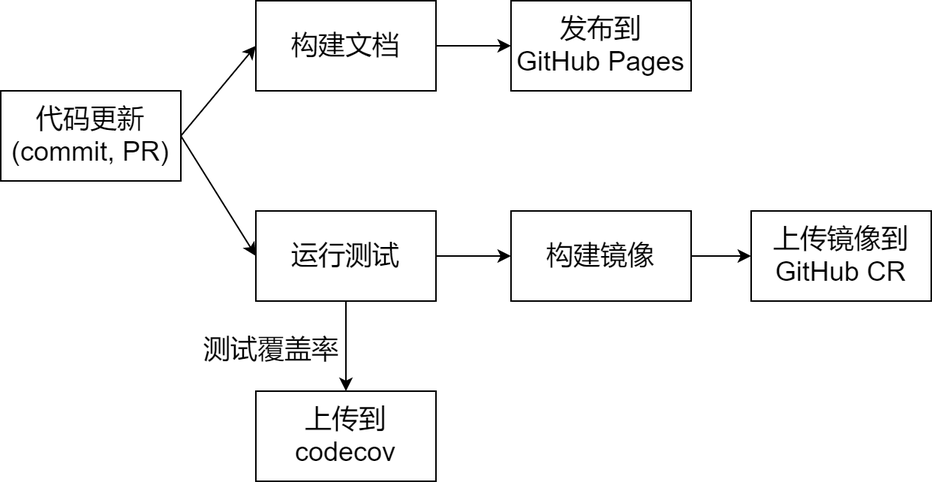
Before: docs/diagrams/ci.png, a diagram exported from draw.io (PKUHPC/OpenSCOW). Source tidied: cells renumbered, new cells last; positions are measured from the earlier drawing's top-left corner, leaving out a move shared by most shapes.
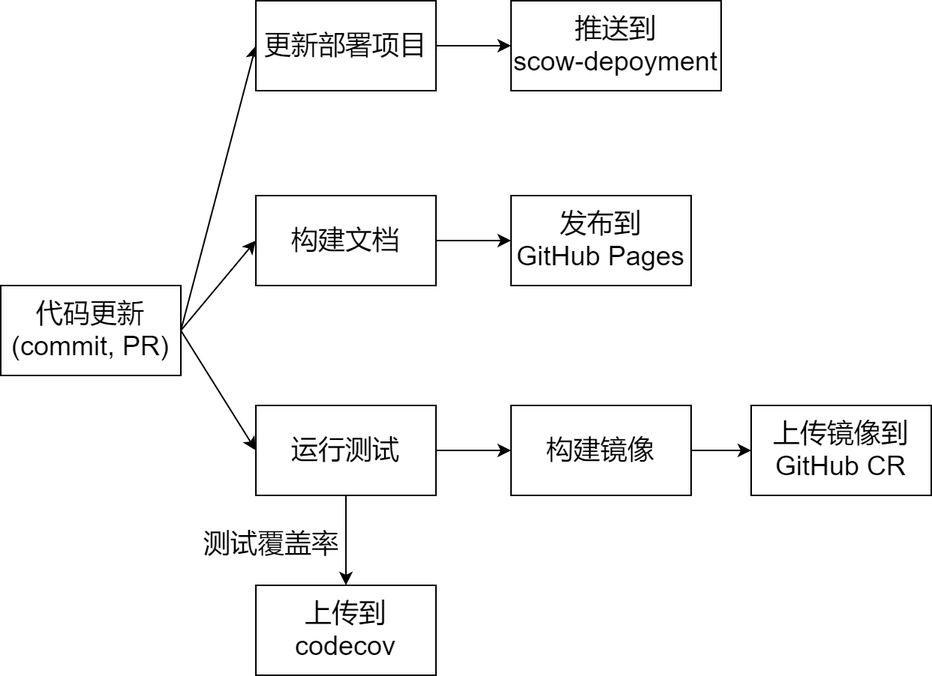
After the change.

Diff of the diagram source:
```diff
@@ -8,6 +8,9 @@
     <mxCell id="3" style="edgeStyle=none;exitX=1;exitY=0.5;exitDx=0;exitDy=0;entryX=0;entryY=0.5;entryDx=0;entryDy=0;fontSize=18;labelBackgroundColor=none;" parent="1" edge="1" source="4" target="10">
       <mxGeometry relative="1" as="geometry" />
     </mxCell>
+    <mxCell id="16" style="edgeStyle=none;html=1;entryX=0;entryY=0.5;entryDx=0;entryDy=0;exitX=1;exitY=0.5;exitDx=0;exitDy=0;" parent="1" edge="1" source="4" target="18">
+      <mxGeometry relative="1" as="geometry" />
+    </mxCell>
     <mxCell id="4" value="代码更新&#10;(commit, PR)" style="rounded=0;whiteSpace=wrap;fontSize=18;labelBackgroundColor=none;" parent="1" vertex="1">
       <mxGeometry y="60" width="120" height="60" as="geometry" />
     </mxCell>
@@ -46,5 +49,14 @@
     <mxCell id="15" value="上传镜像到GitHub CR" style="rounded=0;whiteSpace=wrap;fontSize=18;labelBackgroundColor=none;" parent="1" vertex="1">
       <mxGeometry x="500" y="140" width="120" height="60" as="geometry" />
     </mxCell>
+    <mxCell id="17" style="edgeStyle=none;html=1;exitX=1;exitY=0.5;exitDx=0;exitDy=0;entryX=0;entryY=0.5;entryDx=0;entryDy=0;" parent="1" edge="1" source="18" target="19">
+      <mxGeometry relative="1" as="geometry" />
+    </mxCell>
+    <mxCell id="18" value="更新部署项目" style="rounded=0;whiteSpace=wrap;fontSize=18;labelBackgroundColor=none;" parent="1" vertex="1">
+      <mxGeometry x="170" y="-130" width="120" height="60" as="geometry" />
+    </mxCell>
+    <mxCell id="19" value="推送到&#10;scow-depoyment" style="rounded=0;whiteSpace=wrap;fontSize=18;labelBackgroundColor=none;" parent="1" vertex="1">
+      <mxGeometry x="340" y="-130" width="140" height="60" as="geometry" />
+    </mxCell>
   </root>
 </mxGraphModel>
```
